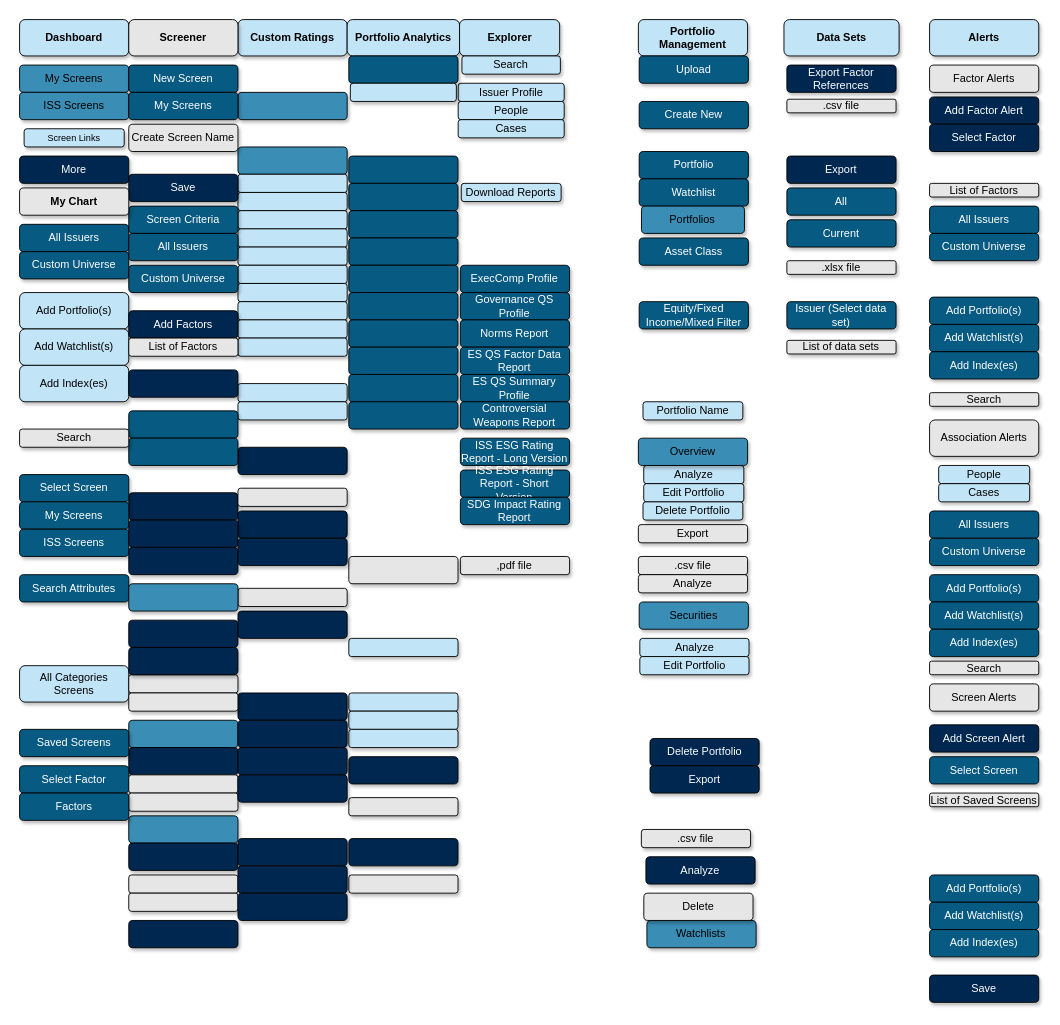
The draw.io diagram DD_ObsoleteMetadata/DataDeskSitemap.drawio in slingshotdancu/slingshotdancu.github.io, before the edit. Source tidied: cells renumbered, new cells numbered last; positions are measured from the earlier drawing's top-left corner, leaving out a move shared by most shapes. Both pictures are drawn from the tidied source at 91%, with x=0, y=0 at pixel (19, 19).
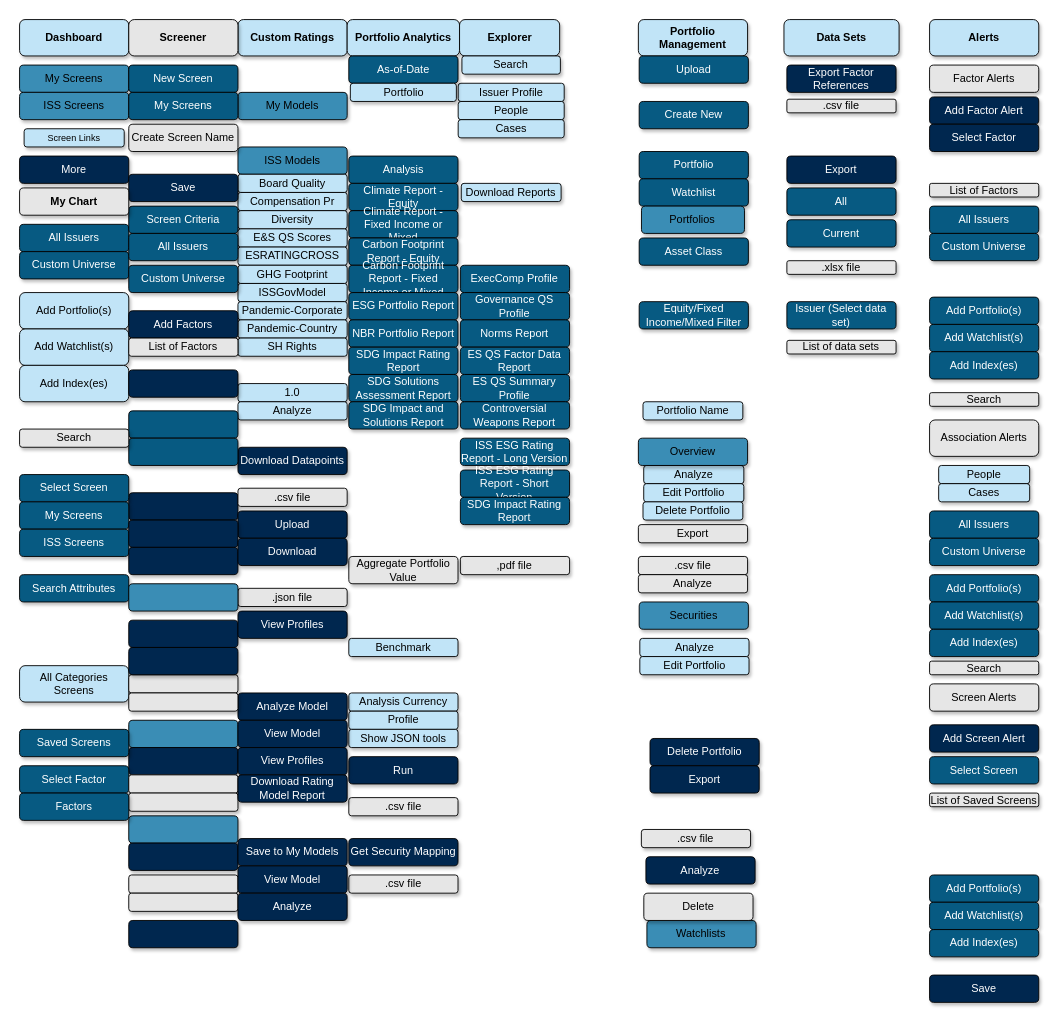
The same diagram, later.

What changed in the source:
```diff
@@
-    <mxCell id="2" style="rounded=1;whiteSpace=wrap;html=1;shadow=1;fillColor=#3a8db5;" parent="1" vertex="1">
+    <mxCell id="2" value="ISS Models" style="rounded=1;whiteSpace=wrap;html=1;shadow=1;fillColor=#3a8db5;" parent="1" vertex="1">
       <mxGeometry x="240" y="140" width="120" height="30" as="geometry" />
     </mxCell>
@@
-    <mxCell id="12" style="rounded=1;whiteSpace=wrap;html=1;fillColor=#c1e4f7;shadow=1;" parent="1" vertex="1">
+    <mxCell id="12" value="Board Quality" style="rounded=1;whiteSpace=wrap;html=1;fillColor=#c1e4f7;shadow=1;" parent="1" vertex="1">
       <mxGeometry x="240" y="170" width="120" height="20" as="geometry" />
     </mxCell>
-    <mxCell id="13" style="rounded=1;whiteSpace=wrap;html=1;fillColor=#c1e4f7;shadow=1;" parent="1" vertex="1">
+    <mxCell id="13" value="Compensation Pr" style="rounded=1;whiteSpace=wrap;html=1;fillColor=#c1e4f7;shadow=1;" parent="1" vertex="1">
       <mxGeometry x="240" y="190" width="120" height="20" as="geometry" />
     </mxCell>
-    <mxCell id="14" style="rounded=1;whiteSpace=wrap;html=1;fillColor=#c1e4f7;shadow=1;" parent="1" vertex="1">
+    <mxCell id="14" value="1.0" style="rounded=1;whiteSpace=wrap;html=1;fillColor=#c1e4f7;shadow=1;" parent="1" vertex="1">
       <mxGeometry x="240" y="400" width="120" height="20" as="geometry" />
     </mxCell>
-    <mxCell id="15" style="rounded=1;whiteSpace=wrap;html=1;fillColor=#c1e4f7;shadow=1;" parent="1" vertex="1">
+    <mxCell id="15" value="Diversity" style="rounded=1;whiteSpace=wrap;html=1;fillColor=#c1e4f7;shadow=1;" parent="1" vertex="1">
       <mxGeometry x="240" y="210" width="120" height="20" as="geometry" />
     </mxCell>
-    <mxCell id="16" style="rounded=1;whiteSpace=wrap;html=1;fillColor=#c1e4f7;shadow=1;" parent="1" vertex="1">
+    <mxCell id="16" value="E&amp;amp;S QS Scores" style="rounded=1;whiteSpace=wrap;html=1;fillColor=#c1e4f7;shadow=1;" parent="1" vertex="1">
       <mxGeometry x="240" y="230" width="120" height="20" as="geometry" />
     </mxCell>
-    <mxCell id="17" style="rounded=1;whiteSpace=wrap;html=1;fillColor=#c1e4f7;shadow=1;" parent="1" vertex="1">
+    <mxCell id="17" value="ESRATINGCROSS" style="rounded=1;whiteSpace=wrap;html=1;fillColor=#c1e4f7;shadow=1;" parent="1" vertex="1">
       <mxGeometry x="240" y="250" width="120" height="20" as="geometry" />
     </mxCell>
-    <mxCell id="18" style="rounded=1;whiteSpace=wrap;html=1;fillColor=#c1e4f7;shadow=1;" parent="1" vertex="1">
+    <mxCell id="18" value="GHG Footprint" style="rounded=1;whiteSpace=wrap;html=1;fillColor=#c1e4f7;shadow=1;" parent="1" vertex="1">
       <mxGeometry x="240" y="270" width="120" height="20" as="geometry" />
     </mxCell>
-    <mxCell id="19" style="rounded=1;whiteSpace=wrap;html=1;fillColor=#c1e4f7;shadow=1;" parent="1" vertex="1">
+    <mxCell id="19" value="ISSGovModel" style="rounded=1;whiteSpace=wrap;html=1;fillColor=#c1e4f7;shadow=1;" parent="1" vertex="1">
       <mxGeometry x="240" y="290" width="120" height="20" as="geometry" />
     </mxCell>
-    <mxCell id="20" style="rounded=1;whiteSpace=wrap;html=1;fillColor=#c1e4f7;shadow=1;" parent="1" vertex="1">
+    <mxCell id="20" value="Pandemic-Corporate" style="rounded=1;whiteSpace=wrap;html=1;fillColor=#c1e4f7;shadow=1;" parent="1" vertex="1">
       <mxGeometry x="240" y="310" width="120" height="20" as="geometry" />
     </mxCell>
-    <mxCell id="21" style="rounded=1;whiteSpace=wrap;html=1;fillColor=#c1e4f7;shadow=1;" parent="1" vertex="1">
+    <mxCell id="21" value="Pandemic-Country" style="rounded=1;whiteSpace=wrap;html=1;fillColor=#c1e4f7;shadow=1;" parent="1" vertex="1">
       <mxGeometry x="240" y="330" width="120" height="20" as="geometry" />
     </mxCell>
-    <mxCell id="22" style="rounded=1;whiteSpace=wrap;html=1;fillColor=#c1e4f7;shadow=1;" parent="1" vertex="1">
+    <mxCell id="22" value="SH Rights" style="rounded=1;whiteSpace=wrap;html=1;fillColor=#c1e4f7;shadow=1;" parent="1" vertex="1">
       <mxGeometry x="240" y="350" width="120" height="20" as="geometry" />
     </mxCell>
-    <mxCell id="23" style="rounded=1;whiteSpace=wrap;html=1;fillColor=#c1e4f7;shadow=1;" parent="1" vertex="1">
+    <mxCell id="23" value="Analysis Currency" style="rounded=1;whiteSpace=wrap;html=1;fillColor=#c1e4f7;shadow=1;" parent="1" vertex="1">
       <mxGeometry x="361.8" y="740" width="120" height="20" as="geometry" />
     </mxCell>
-    <mxCell id="24" style="rounded=1;whiteSpace=wrap;html=1;fillColor=#c1e4f7;shadow=1;" parent="1" vertex="1">
+    <mxCell id="24" value="Benchmark" style="rounded=1;whiteSpace=wrap;html=1;fillColor=#c1e4f7;shadow=1;" parent="1" vertex="1">
       <mxGeometry x="361.8" y="680" width="120" height="20" as="geometry" />
     </mxCell>
-    <mxCell id="25" style="rounded=1;whiteSpace=wrap;html=1;fillColor=#c1e4f7;shadow=1;" parent="1" vertex="1">
+    <mxCell id="25" value="Profile" style="rounded=1;whiteSpace=wrap;html=1;fillColor=#c1e4f7;shadow=1;" parent="1" vertex="1">
       <mxGeometry x="361.8" y="760" width="120" height="20" as="geometry" />
     </mxCell>
-    <mxCell id="26" style="rounded=1;whiteSpace=wrap;html=1;fillColor=#c1e4f7;shadow=1;" parent="1" vertex="1">
+    <mxCell id="26" value="Show JSON tools" style="rounded=1;whiteSpace=wrap;html=1;fillColor=#c1e4f7;shadow=1;" parent="1" vertex="1">
       <mxGeometry x="361.8" y="780" width="120" height="20" as="geometry" />
     </mxCell>
@@
-    <mxCell id="32" style="rounded=1;whiteSpace=wrap;html=1;fillColor=#c1e4f7;shadow=1;" parent="1" vertex="1">
+    <mxCell id="32" value="Analyze" style="rounded=1;whiteSpace=wrap;html=1;fillColor=#c1e4f7;shadow=1;" parent="1" vertex="1">
       <mxGeometry x="240" y="420" width="120" height="20" as="geometry" />
     </mxCell>
@@
-    <mxCell id="36" style="rounded=1;whiteSpace=wrap;html=1;shadow=1;fillColor=#3a8db5;" parent="1" vertex="1">
+    <mxCell id="36" value="My Models" style="rounded=1;whiteSpace=wrap;html=1;shadow=1;fillColor=#3a8db5;" parent="1" vertex="1">
       <mxGeometry x="240" y="80" width="120" height="30" as="geometry" />
     </mxCell>
@@
-    <mxCell id="47" style="rounded=1;whiteSpace=wrap;html=1;shadow=1;fillColor=#00274f;fontColor=#FFFFFF;" parent="1" vertex="1">
+    <mxCell id="47" value="Save to My Models" style="rounded=1;whiteSpace=wrap;html=1;shadow=1;fillColor=#00274f;fontColor=#FFFFFF;" parent="1" vertex="1">
       <mxGeometry x="240" y="900" width="120" height="30" as="geometry" />
     </mxCell>
-    <mxCell id="48" style="rounded=1;whiteSpace=wrap;html=1;shadow=1;fillColor=#00274f;fontColor=#FFFFFF;" parent="1" vertex="1">
+    <mxCell id="48" value="Analyze Model" style="rounded=1;whiteSpace=wrap;html=1;shadow=1;fillColor=#00274f;fontColor=#FFFFFF;" parent="1" vertex="1">
       <mxGeometry x="240" y="740" width="120" height="30" as="geometry" />
     </mxCell>
-    <mxCell id="49" style="rounded=1;whiteSpace=wrap;html=1;shadow=1;fillColor=#00274f;fontColor=#FFFFFF;" parent="1" vertex="1">
+    <mxCell id="49" value="View Profiles" style="rounded=1;whiteSpace=wrap;html=1;shadow=1;fillColor=#00274f;fontColor=#FFFFFF;" parent="1" vertex="1">
       <mxGeometry x="240" y="650" width="120" height="30" as="geometry" />
     </mxCell>
-    <mxCell id="50" style="rounded=1;whiteSpace=wrap;html=1;shadow=1;fillColor=#00274f;fontColor=#FFFFFF;" parent="1" vertex="1">
+    <mxCell id="50" value="Upload" style="rounded=1;whiteSpace=wrap;html=1;shadow=1;fillColor=#00274f;fontColor=#FFFFFF;" parent="1" vertex="1">
       <mxGeometry x="240" y="540" width="120" height="30" as="geometry" />
     </mxCell>
-    <mxCell id="51" style="rounded=1;whiteSpace=wrap;html=1;shadow=1;fillColor=#00274f;fontColor=#FFFFFF;" parent="1" vertex="1">
+    <mxCell id="51" value="Download Datapoints" style="rounded=1;whiteSpace=wrap;html=1;shadow=1;fillColor=#00274f;fontColor=#FFFFFF;" parent="1" vertex="1">
       <mxGeometry x="240" y="470" width="120" height="30" as="geometry" />
     </mxCell>
-    <mxCell id="52" style="rounded=1;whiteSpace=wrap;html=1;shadow=1;fillColor=#00274f;fontColor=#FFFFFF;" parent="1" vertex="1">
+    <mxCell id="52" value="Get Security Mapping" style="rounded=1;whiteSpace=wrap;html=1;shadow=1;fillColor=#00274f;fontColor=#FFFFFF;" parent="1" vertex="1">
       <mxGeometry x="361.8" y="900" width="120" height="30" as="geometry" />
     </mxCell>
-    <mxCell id="53" style="rounded=1;whiteSpace=wrap;html=1;shadow=1;fillColor=#00274f;fontColor=#FFFFFF;" parent="1" vertex="1">
+    <mxCell id="53" value="Run" style="rounded=1;whiteSpace=wrap;html=1;shadow=1;fillColor=#00274f;fontColor=#FFFFFF;" parent="1" vertex="1">
       <mxGeometry x="361.8" y="810" width="120" height="30" as="geometry" />
     </mxCell>
@@
-    <mxCell id="59" style="rounded=1;whiteSpace=wrap;html=1;shadow=1;fillColor=#075a82;fontColor=#FFFFFF;" parent="1" vertex="1">
+    <mxCell id="59" value="Analysis" style="rounded=1;whiteSpace=wrap;html=1;shadow=1;fillColor=#075a82;fontColor=#FFFFFF;" parent="1" vertex="1">
       <mxGeometry x="361.8" y="150" width="120" height="30" as="geometry" />
     </mxCell>
-    <mxCell id="60" style="rounded=1;whiteSpace=wrap;html=1;shadow=1;fillColor=#075a82;fontColor=#FFFFFF;" parent="1" vertex="1">
+    <mxCell id="60" value="As-of-Date" style="rounded=1;whiteSpace=wrap;html=1;shadow=1;fillColor=#075a82;fontColor=#FFFFFF;" parent="1" vertex="1">
       <mxGeometry x="361.8" y="40" width="120" height="30" as="geometry" />
     </mxCell>
@@
-    <mxCell id="71" style="rounded=1;whiteSpace=wrap;html=1;shadow=1;fillColor=#E6E6E6;" parent="1" vertex="1">
+    <mxCell id="71" value=".csv file" style="rounded=1;whiteSpace=wrap;html=1;shadow=1;fillColor=#E6E6E6;" parent="1" vertex="1">
       <mxGeometry x="361.8" y="940" width="120" height="20" as="geometry" />
     </mxCell>
-    <mxCell id="72" style="rounded=1;whiteSpace=wrap;html=1;shadow=1;fillColor=#E6E6E6;" parent="1" vertex="1">
+    <mxCell id="72" value="Aggregate Portfolio Value" style="rounded=1;whiteSpace=wrap;html=1;shadow=1;fillColor=#E6E6E6;" parent="1" vertex="1">
       <mxGeometry x="361.8" y="590" width="120" height="30" as="geometry" />
     </mxCell>
-    <mxCell id="73" style="rounded=1;whiteSpace=wrap;html=1;shadow=1;fillColor=#E6E6E6;" parent="1" vertex="1">
+    <mxCell id="73" value=".csv file" style="rounded=1;whiteSpace=wrap;html=1;shadow=1;fillColor=#E6E6E6;" parent="1" vertex="1">
       <mxGeometry x="361.8" y="855" width="120" height="20" as="geometry" />
     </mxCell>
-    <mxCell id="74" style="rounded=1;whiteSpace=wrap;html=1;shadow=1;fillColor=#E6E6E6;" parent="1" vertex="1">
+    <mxCell id="74" value=".json file" style="rounded=1;whiteSpace=wrap;html=1;shadow=1;fillColor=#E6E6E6;" parent="1" vertex="1">
       <mxGeometry x="240" y="625" width="120" height="20" as="geometry" />
     </mxCell>
-    <mxCell id="75" style="rounded=1;whiteSpace=wrap;html=1;shadow=1;fillColor=#E6E6E6;" parent="1" vertex="1">
+    <mxCell id="75" value=".csv file" style="rounded=1;whiteSpace=wrap;html=1;shadow=1;fillColor=#E6E6E6;" parent="1" vertex="1">
       <mxGeometry x="240" y="515" width="120" height="20" as="geometry" />
     </mxCell>
@@
-    <mxCell id="96" style="rounded=1;whiteSpace=wrap;html=1;shadow=1;fillColor=#00274f;fontColor=#FFFFFF;" parent="1" vertex="1">
+    <mxCell id="96" value="Download" style="rounded=1;whiteSpace=wrap;html=1;shadow=1;fillColor=#00274f;fontColor=#FFFFFF;" parent="1" vertex="1">
       <mxGeometry x="240" y="570" width="120" height="30" as="geometry" />
     </mxCell>
-    <mxCell id="97" style="rounded=1;whiteSpace=wrap;html=1;shadow=1;fillColor=#00274f;fontColor=#FFFFFF;" parent="1" vertex="1">
+    <mxCell id="97" value="View Model" style="rounded=1;whiteSpace=wrap;html=1;shadow=1;fillColor=#00274f;fontColor=#FFFFFF;" parent="1" vertex="1">
       <mxGeometry x="240" y="770" width="120" height="30" as="geometry" />
     </mxCell>
-    <mxCell id="98" style="rounded=1;whiteSpace=wrap;html=1;shadow=1;fillColor=#00274f;fontColor=#FFFFFF;" parent="1" vertex="1">
+    <mxCell id="98" value="View Profiles" style="rounded=1;whiteSpace=wrap;html=1;shadow=1;fillColor=#00274f;fontColor=#FFFFFF;" parent="1" vertex="1">
       <mxGeometry x="240" y="800" width="120" height="30" as="geometry" />
     </mxCell>
-    <mxCell id="99" style="rounded=1;whiteSpace=wrap;html=1;shadow=1;fillColor=#00274f;fontColor=#FFFFFF;" parent="1" vertex="1">
+    <mxCell id="99" value="Download Rating Model Report" style="rounded=1;whiteSpace=wrap;html=1;shadow=1;fillColor=#00274f;fontColor=#FFFFFF;" parent="1" vertex="1">
       <mxGeometry x="240" y="830" width="120" height="30" as="geometry" />
     </mxCell>
-    <mxCell id="100" style="rounded=1;whiteSpace=wrap;html=1;shadow=1;fillColor=#00274f;fontColor=#FFFFFF;" parent="1" vertex="1">
+    <mxCell id="100" value="View Model" style="rounded=1;whiteSpace=wrap;html=1;shadow=1;fillColor=#00274f;fontColor=#FFFFFF;" parent="1" vertex="1">
       <mxGeometry x="240" y="930" width="120" height="30" as="geometry" />
     </mxCell>
-    <mxCell id="101" style="rounded=1;whiteSpace=wrap;html=1;shadow=1;fillColor=#00274f;fontColor=#FFFFFF;" parent="1" vertex="1">
+    <mxCell id="101" value="Analyze" style="rounded=1;whiteSpace=wrap;html=1;shadow=1;fillColor=#00274f;fontColor=#FFFFFF;" parent="1" vertex="1">
       <mxGeometry x="240" y="960" width="120" height="30" as="geometry" />
     </mxCell>
-    <mxCell id="102" style="rounded=1;whiteSpace=wrap;html=1;fillColor=#c1e4f7;shadow=1;" parent="1" vertex="1">
+    <mxCell id="102" value="Portfolio" style="rounded=1;whiteSpace=wrap;html=1;fillColor=#c1e4f7;shadow=1;" parent="1" vertex="1">
       <mxGeometry x="363.5" y="70" width="116.5" height="20" as="geometry" />
     </mxCell>
-    <mxCell id="103" style="rounded=1;whiteSpace=wrap;html=1;shadow=1;fillColor=#075a82;fontColor=#FFFFFF;" parent="1" vertex="1">
+    <mxCell id="103" value="Climate Report - Equity" style="rounded=1;whiteSpace=wrap;html=1;shadow=1;fillColor=#075a82;fontColor=#FFFFFF;" parent="1" vertex="1">
       <mxGeometry x="361.8" y="180" width="120" height="30" as="geometry" />
     </mxCell>
-    <mxCell id="104" style="rounded=1;whiteSpace=wrap;html=1;shadow=1;fillColor=#075a82;fontColor=#FFFFFF;" parent="1" vertex="1">
+    <mxCell id="104" value="Climate Report - Fixed Income or Mixed" style="rounded=1;whiteSpace=wrap;html=1;shadow=1;fillColor=#075a82;fontColor=#FFFFFF;" parent="1" vertex="1">
       <mxGeometry x="361.8" y="210" width="120" height="30" as="geometry" />
     </mxCell>
-    <mxCell id="105" style="rounded=1;whiteSpace=wrap;html=1;shadow=1;fillColor=#075a82;fontColor=#FFFFFF;" parent="1" vertex="1">
+    <mxCell id="105" value="Carbon Footprint Report - Equity" style="rounded=1;whiteSpace=wrap;html=1;shadow=1;fillColor=#075a82;fontColor=#FFFFFF;" parent="1" vertex="1">
       <mxGeometry x="361.8" y="240" width="120" height="30" as="geometry" />
     </mxCell>
-    <mxCell id="106" style="rounded=1;whiteSpace=wrap;html=1;shadow=1;fillColor=#075a82;fontColor=#FFFFFF;" parent="1" vertex="1">
+    <mxCell id="106" value="Carbon Footprint Report - Fixed Income or Mixed" style="rounded=1;whiteSpace=wrap;html=1;shadow=1;fillColor=#075a82;fontColor=#FFFFFF;" parent="1" vertex="1">
       <mxGeometry x="361.8" y="270" width="120" height="30" as="geometry" />
     </mxCell>
-    <mxCell id="107" style="rounded=1;whiteSpace=wrap;html=1;shadow=1;fillColor=#075a82;fontColor=#FFFFFF;" parent="1" vertex="1">
+    <mxCell id="107" value="ESG Portfolio Report" style="rounded=1;whiteSpace=wrap;html=1;shadow=1;fillColor=#075a82;fontColor=#FFFFFF;" parent="1" vertex="1">
       <mxGeometry x="361.8" y="300" width="120" height="30" as="geometry" />
     </mxCell>
-    <mxCell id="108" style="rounded=1;whiteSpace=wrap;html=1;shadow=1;fillColor=#075a82;fontColor=#FFFFFF;" parent="1" vertex="1">
+    <mxCell id="108" value="NBR Portfolio Report" style="rounded=1;whiteSpace=wrap;html=1;shadow=1;fillColor=#075a82;fontColor=#FFFFFF;" parent="1" vertex="1">
       <mxGeometry x="361.8" y="330" width="120" height="30" as="geometry" />
     </mxCell>
-    <mxCell id="109" style="rounded=1;whiteSpace=wrap;html=1;shadow=1;fillColor=#075a82;fontColor=#FFFFFF;" parent="1" vertex="1">
+    <mxCell id="109" value="SDG Impact Rating Report" style="rounded=1;whiteSpace=wrap;html=1;shadow=1;fillColor=#075a82;fontColor=#FFFFFF;" parent="1" vertex="1">
       <mxGeometry x="361.8" y="360" width="120" height="30" as="geometry" />
     </mxCell>
-    <mxCell id="110" style="rounded=1;whiteSpace=wrap;html=1;shadow=1;fillColor=#075a82;fontColor=#FFFFFF;" parent="1" vertex="1">
+    <mxCell id="110" value="SDG Solutions Assessment Report" style="rounded=1;whiteSpace=wrap;html=1;shadow=1;fillColor=#075a82;fontColor=#FFFFFF;" parent="1" vertex="1">
       <mxGeometry x="361.8" y="390" width="120" height="30" as="geometry" />
     </mxCell>
-    <mxCell id="111" style="rounded=1;whiteSpace=wrap;html=1;shadow=1;fillColor=#075a82;fontColor=#FFFFFF;" parent="1" vertex="1">
+    <mxCell id="111" value="SDG Impact and Solutions Report" style="rounded=1;whiteSpace=wrap;html=1;shadow=1;fillColor=#075a82;fontColor=#FFFFFF;" parent="1" vertex="1">
       <mxGeometry x="361.8" y="420" width="120" height="30" as="geometry" />
     </mxCell>
```
